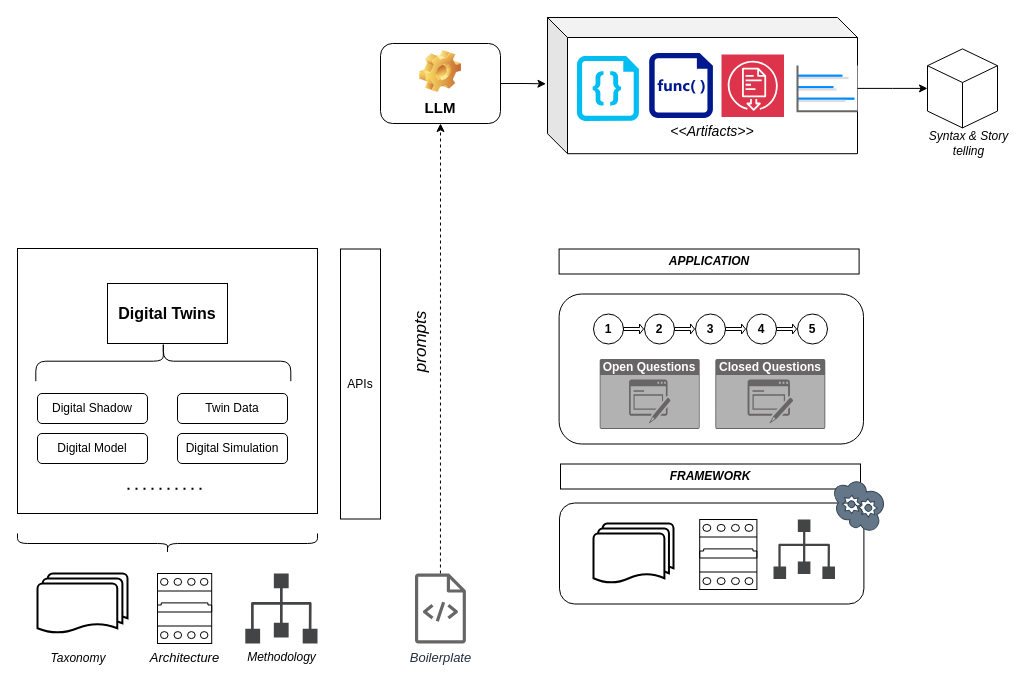
Before: drawio/mams/dd-twins/DDTwins_Architecture.drawio in scrodrig/Diagrams, a draw.io diagram. Source tidied: cells renumbered, new cells numbered last; positions are measured from the earlier drawing's top-left corner, leaving out a move shared by most shapes. Both pictures are drawn from the tidied source at 100%, with x=0, y=0 at pixel (17, 17).
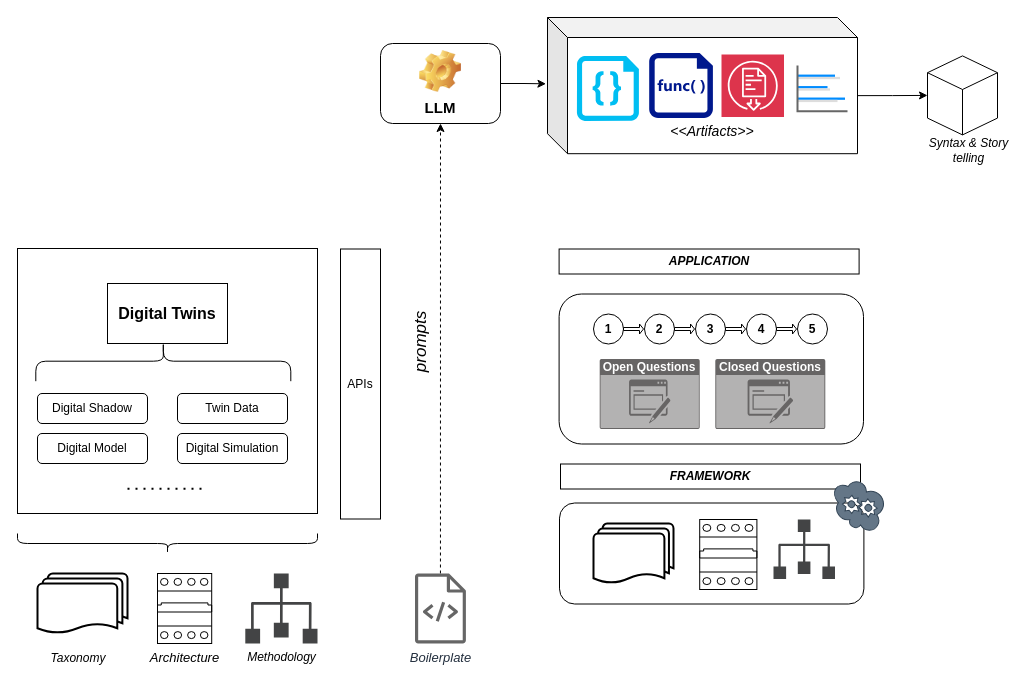
Above is the later version.

Unchanged cells that the change refers to:
```xml
<mxCell id="43" style="group;" parent="1" vertex="1">
  <mxGeometry x="530" width="320" height="136.2" as="geometry" />
</mxCell>
<mxCell id="44" value="&lt;i&gt;&lt;br&gt;&lt;br&gt;&lt;br&gt;&lt;br&gt;&lt;br&gt;&lt;font style=&quot;font-size: 14px;&quot;&gt;&amp;lt;&amp;lt;Artifacts&amp;gt;&amp;gt;&lt;/font&gt;&lt;/i&gt;" style="shape=cube;whiteSpace=wrap;html=1;boundedLbl=1;backgroundOutline=1;darkOpacity=0.05;darkOpacity2=0.1;" parent="43" vertex="1">
  <mxGeometry width="310" height="136.2" as="geometry" />
</mxCell>
```

The edit, as a diff of the source:
```diff
@@
     <mxCell id="21" style="html=1;shape=mxgraph.basic.isocube;isoAngle=15;" parent="1" vertex="1">
-      <mxGeometry x="910" y="31.4" width="70" height="79" as="geometry" />
+      <mxGeometry x="910" y="38.4" width="70" height="79" as="geometry" />
     </mxCell>
     <mxCell id="22" value="Syntax &amp;amp; Story telling" style="text;html=1;strokeColor=none;fillColor=none;align=center;verticalAlign=middle;whiteSpace=wrap;rounded=0;fontStyle=2;" parent="1" vertex="1">
-      <mxGeometry x="910" y="116.2" width="82.5" height="20" as="geometry" />
+      <mxGeometry x="910" y="123.2" width="82.5" height="20" as="geometry" />
     </mxCell>
@@
     <mxCell id="48" style="verticalLabelPosition=bottom;shadow=0;dashed=0;align=center;html=1;verticalAlign=top;strokeWidth=1;shape=mxgraph.mockup.graphics.barChart;strokeColor=none;strokeColor2=none;strokeColor3=#666666;fillColor2=#008cff;fillColor3=#dddddd;" parent="43" vertex="1">
-      <mxGeometry x="250" y="47.9" width="60" height="45.9" as="geometry" />
+      <mxGeometry x="250" y="47.9" width="50" height="45.9" as="geometry" />
     </mxCell>
@@
-    <mxCell id="50" style="edgeStyle=orthogonalEdgeStyle;rounded=0;jettySize=auto;html=1;" parent="1" edge="1" source="48" target="21">
+    <mxCell id="50" style="edgeStyle=orthogonalEdgeStyle;rounded=0;jettySize=auto;html=1;exitX=0;exitY=0;exitDx=310;exitDy=78.125;exitPerimeter=0;" parent="1" edge="1" source="44" target="21">
       <mxGeometry relative="1" as="geometry" />
     </mxCell>
```
